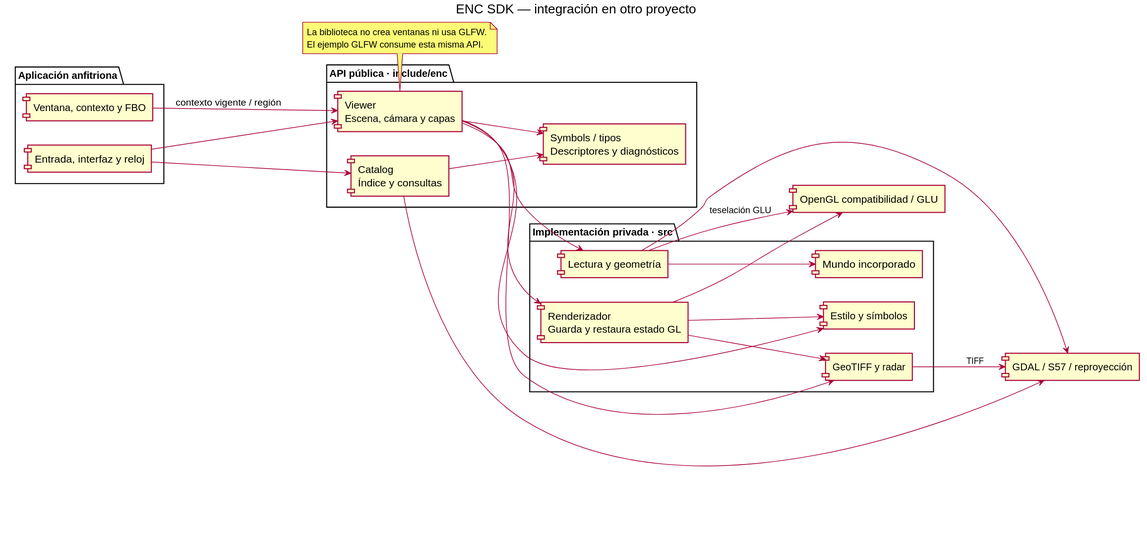
GiorgioCode/enc-viewer-sdk keeps this PlantUML diagram as docs/diagrams/architecture.svg. Above is the earlier version.
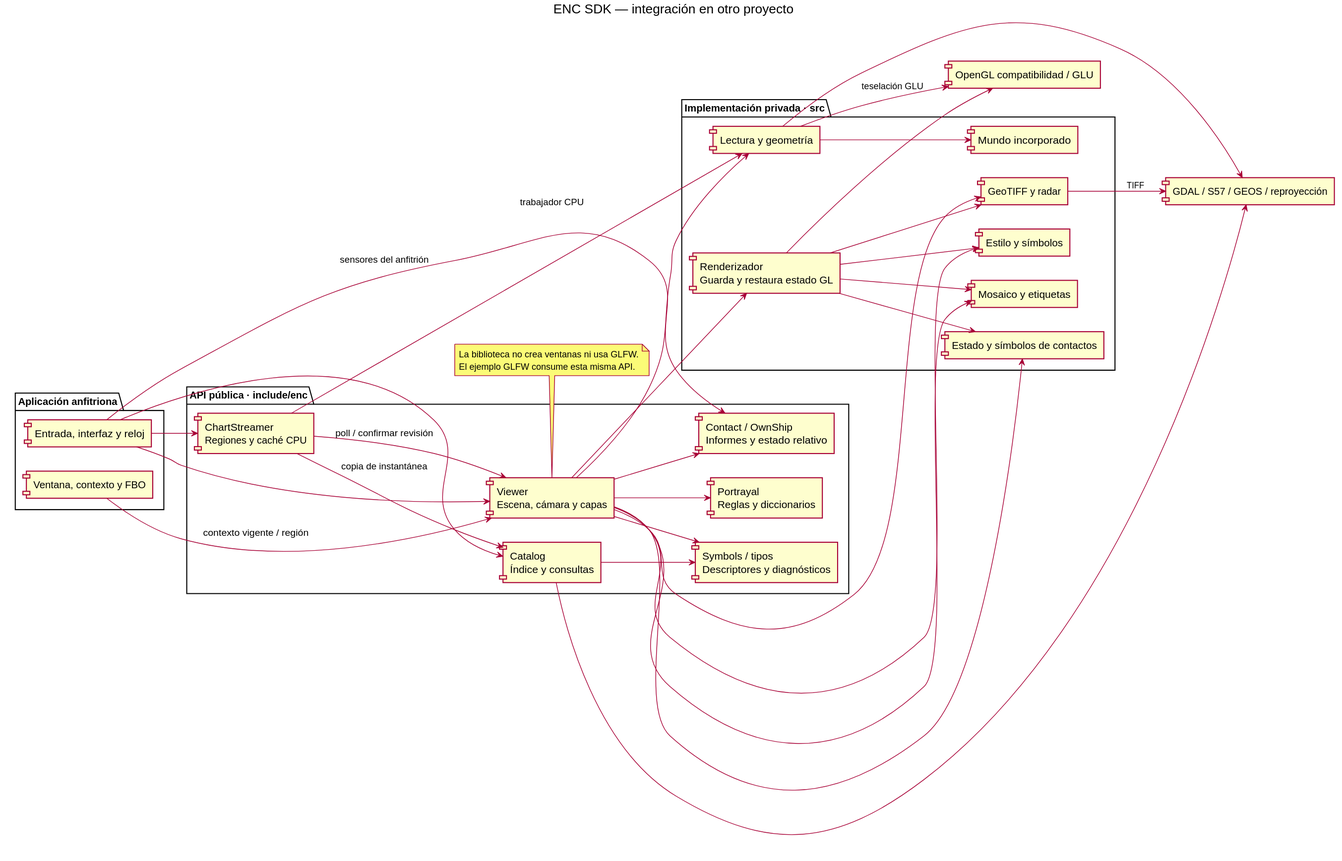
The same diagram one commit later.

Diff of the diagram source:
```diff
@@ -10,25 +10,39 @@
 package "API pública · include/enc" {
   component "Catalog\nÍndice y consultas" as catalog
   component "Viewer\nEscena, cámara y capas" as viewer
+  component "ChartStreamer\nRegiones y caché CPU" as streamer
+  component "Contact / OwnShip\nInformes y estado relativo" as contacts
+  component "Portrayal\nReglas y diccionarios" as portrayal
   component "Symbols / tipos\nDescriptores y diagnósticos" as types
 }
 package "Implementación privada · src" {
   component "Lectura y geometría" as data
   component "Estilo y símbolos" as symbols
+  component "Mosaico y etiquetas" as mosaic
+  component "Estado y símbolos de contactos" as tracking
   component "GeoTIFF y radar" as overlays
   component "Renderizador\nGuarda y restaura estado GL" as renderer
   component "Mundo incorporado" as world
 }
-component "GDAL / S57 / reproyección" as gdal
+component "GDAL / S57 / GEOS / reproyección" as gdal
 component "OpenGL compatibilidad / GLU" as gl
 ui --> catalog
 ui --> viewer
+ui --> streamer
+ui --> contacts : sensores del anfitrión
+streamer --> viewer : poll / confirmar revisión
+streamer --> catalog : copia de instantánea
+streamer --> data : trabajador CPU
+viewer --> contacts
+viewer --> portrayal
 host --> viewer : contexto vigente / región
 viewer --> types
 catalog --> types
 catalog --> gdal
 viewer --> data
 viewer --> symbols
+viewer --> mosaic
+viewer --> tracking
 viewer --> overlays
 viewer --> renderer
 data --> gdal
@@ -38,6 +52,8 @@
 renderer --> gl
 renderer --> symbols
 renderer --> overlays
+renderer --> mosaic
+renderer --> tracking
 note bottom of viewer
   La biblioteca no crea ventanas ni usa GLFW.
   El ejemplo GLFW consume esta misma API.
```
